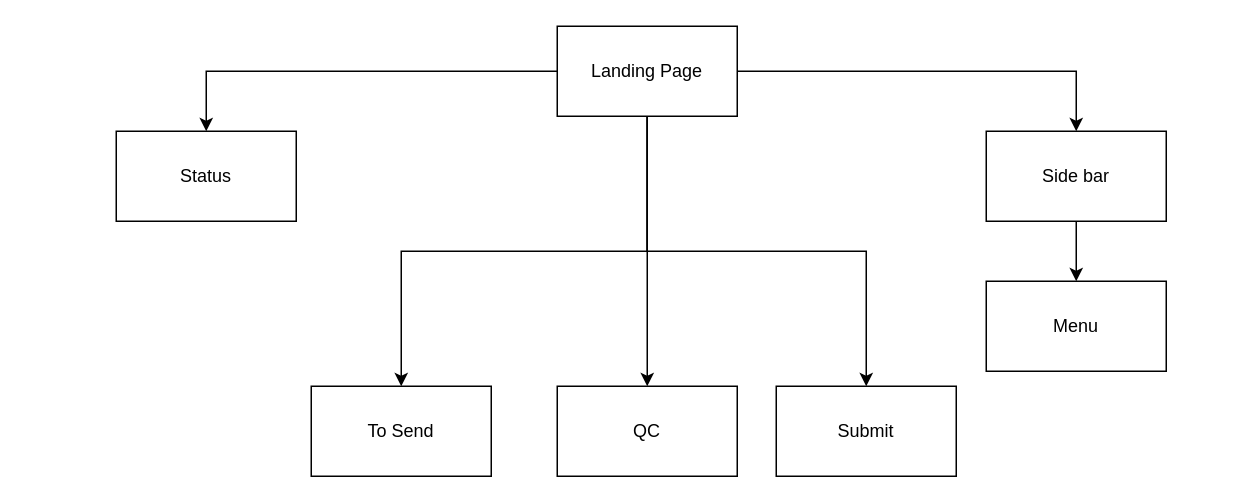
pugtooone/IHS keeps this draw.io diagram as page "Page-2" (2 of 2) of python/IHS Class Diagram.drawio. Above is the earlier version. Source tidied: cells renumbered, new cells numbered last; positions are measured from the earlier drawing's top-left corner, leaving out a move shared by most shapes. Both pictures are drawn from the tidied source at 150%, with x=0, y=0 at pixel (116, 26).
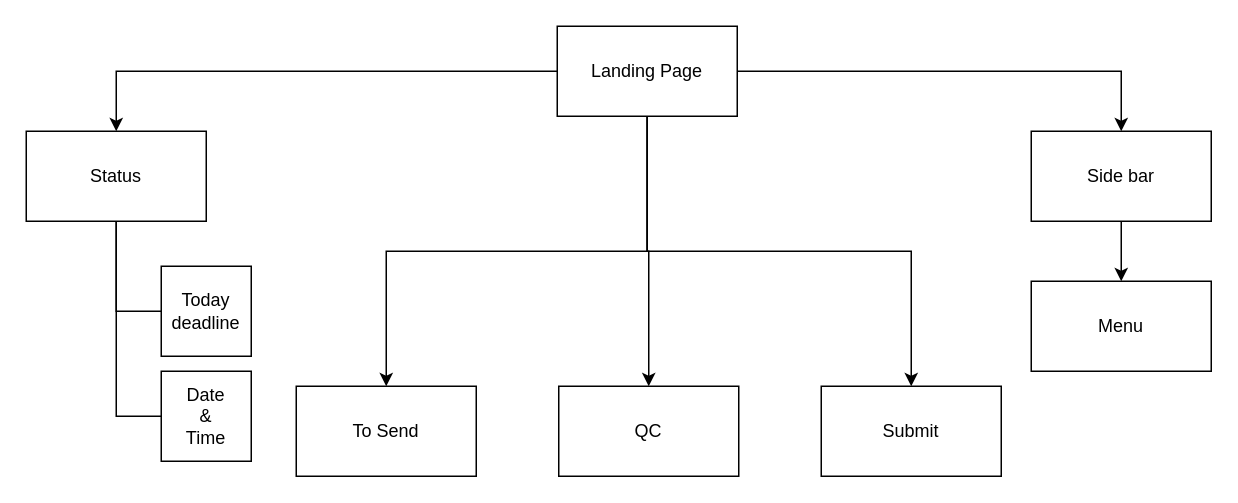
Above is the later version.

Commit message:
Frontend Structure

Unchanged cells that the change refers to:
```xml
<mxCell id="7" value="Landing Page" style="rounded=0;whiteSpace=wrap;html=1;" parent="1" vertex="1">
  <mxGeometry x="294" width="120" height="60" as="geometry" />
</mxCell>
```

What changed in the source:
```diff
@@
     <mxCell id="5" style="edgeStyle=orthogonalEdgeStyle;rounded=0;jettySize=auto;html=1;entryX=0.5;entryY=0;entryDx=0;entryDy=0;" parent="1" edge="1" source="7" target="12">
       <mxGeometry relative="1" as="geometry">
         <Array as="points">
           <mxPoint x="354" y="150" />
-          <mxPoint x="190" y="150" />
+          <mxPoint x="180" y="150" />
         </Array>
       </mxGeometry>
     </mxCell>
     <mxCell id="6" style="edgeStyle=orthogonalEdgeStyle;rounded=0;jettySize=auto;html=1;entryX=0.5;entryY=0;entryDx=0;entryDy=0;" parent="1" edge="1" source="7" target="11">
       <mxGeometry relative="1" as="geometry">
         <Array as="points">
           <mxPoint x="354" y="150" />
-          <mxPoint x="500" y="150" />
+          <mxPoint x="530" y="150" />
         </Array>
       </mxGeometry>
     </mxCell>
@@
     <mxCell id="8" value="QC" style="rounded=0;whiteSpace=wrap;html=1;" parent="1" vertex="1">
-      <mxGeometry x="294" y="240" width="120" height="60" as="geometry" />
+      <mxGeometry x="295" y="240" width="120" height="60" as="geometry" />
     </mxCell>
     <mxCell id="9" value="Menu" style="rounded=0;whiteSpace=wrap;html=1;" parent="1" vertex="1">
-      <mxGeometry x="580" y="170" width="120" height="60" as="geometry" />
+      <mxGeometry x="610" y="170" width="120" height="60" as="geometry" />
     </mxCell>
+    <mxCell id="15" style="rounded=0;jettySize=auto;html=1;entryX=0;entryY=0.5;entryDx=0;entryDy=0;edgeStyle=orthogonalEdgeStyle;endArrow=none;endFill=0;" parent="1" edge="1" source="10" target="17">
+      <mxGeometry relative="1" as="geometry" />
+    </mxCell>
+    <mxCell id="16" style="edgeStyle=orthogonalEdgeStyle;rounded=0;jettySize=auto;html=1;entryX=0;entryY=0.5;entryDx=0;entryDy=0;endArrow=none;endFill=0;" parent="1" edge="1" source="10" target="18">
+      <mxGeometry relative="1" as="geometry" />
+    </mxCell>
     <mxCell id="10" value="Status" style="rounded=0;whiteSpace=wrap;html=1;" parent="1" vertex="1">
-      <mxGeometry y="70" width="120" height="60" as="geometry" />
+      <mxGeometry x="-60" y="70" width="120" height="60" as="geometry" />
     </mxCell>
     <mxCell id="11" value="Submit" style="rounded=0;whiteSpace=wrap;html=1;" parent="1" vertex="1">
-      <mxGeometry x="440" y="240" width="120" height="60" as="geometry" />
+      <mxGeometry x="470" y="240" width="120" height="60" as="geometry" />
     </mxCell>
     <mxCell id="12" value="To Send" style="rounded=0;whiteSpace=wrap;html=1;" parent="1" vertex="1">
-      <mxGeometry x="130" y="240" width="120" height="60" as="geometry" />
+      <mxGeometry x="120" y="240" width="120" height="60" as="geometry" />
     </mxCell>
@@
     <mxCell id="14" value="Side bar" style="rounded=0;whiteSpace=wrap;html=1;" parent="1" vertex="1">
-      <mxGeometry x="580" y="70" width="120" height="60" as="geometry" />
+      <mxGeometry x="610" y="70" width="120" height="60" as="geometry" />
     </mxCell>
+    <mxCell id="17" value="Today deadline" style="whiteSpace=wrap;html=1;" parent="1" vertex="1">
+      <mxGeometry x="30" y="160" width="60" height="60" as="geometry" />
+    </mxCell>
+    <mxCell id="18" value="Date&lt;br&gt;&amp;amp;&lt;br&gt;Time" style="whiteSpace=wrap;html=1;" parent="1" vertex="1">
+      <mxGeometry x="30" y="230" width="60" height="60" as="geometry" />
+    </mxCell>
```
